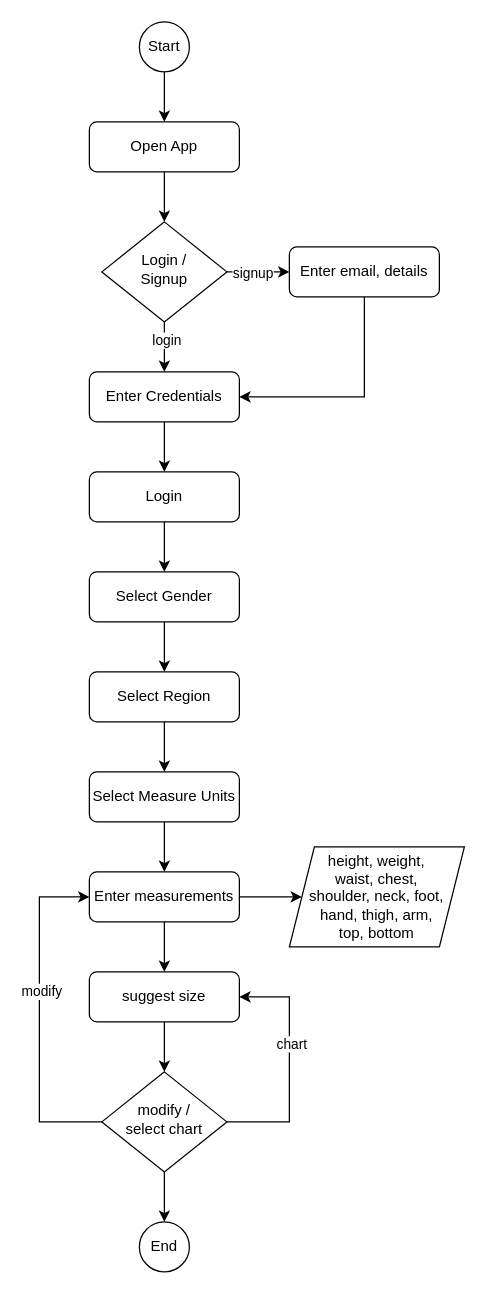
Above: design/flow1.drawio in kshitij-halankar/SizeMe (draw.io), before the change. Source tidied: cells renumbered, new cells numbered last; positions are measured from the earlier drawing's top-left corner, leaving out a move shared by most shapes. Both pictures are drawn from the tidied source at 125%, with x=0, y=0 at pixel (39, 21).
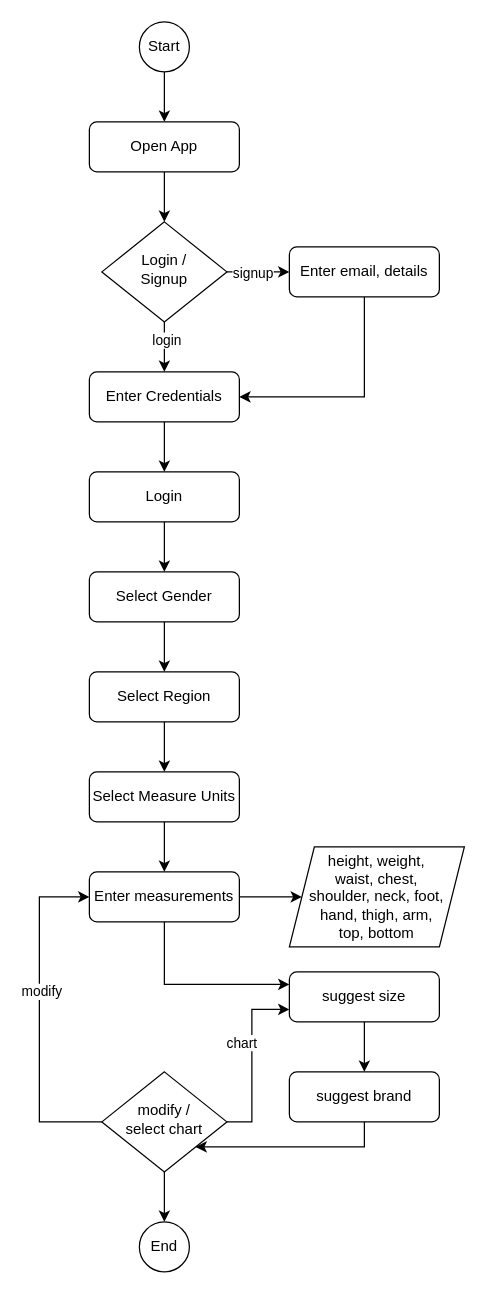
After the change.

Unchanged cells that the change refers to:
```xml
<mxCell id="25" value="Enter measurements" style="rounded=1;whiteSpace=wrap;html=1;fontSize=12;glass=0;strokeWidth=1;shadow=0;" parent="1" vertex="1">
  <mxGeometry x="40" y="680" width="120" height="40" as="geometry" />
</mxCell>
<mxCell id="34" value="modify /&lt;br&gt;select chart" style="rhombus;whiteSpace=wrap;html=1;shadow=0;fontFamily=Helvetica;fontSize=12;align=center;strokeWidth=1;spacing=6;spacingTop=-4;" parent="1" vertex="1">
  <mxGeometry x="50" y="840" width="100" height="80" as="geometry" />
</mxCell>
```

Diff of the diagram source:
```diff
@@
-    <mxCell id="24" style="edgeStyle=orthogonalEdgeStyle;rounded=0;jettySize=auto;html=1;exitX=0.5;exitY=1;exitDx=0;exitDy=0;entryX=0.5;entryY=0;entryDx=0;entryDy=0;" parent="1" edge="1" source="25" target="28">
-      <mxGeometry relative="1" as="geometry" />
+    <mxCell id="24" style="edgeStyle=orthogonalEdgeStyle;rounded=0;jettySize=auto;html=1;exitX=0.5;exitY=1;exitDx=0;exitDy=0;entryX=0;entryY=0.25;entryDx=0;entryDy=0;" parent="1" edge="1" source="25" target="28">
+      <mxGeometry relative="1" as="geometry">
+        <Array as="points">
+          <mxPoint x="100" y="770" />
+        </Array>
+      </mxGeometry>
     </mxCell>
@@
-    <mxCell id="27" style="edgeStyle=orthogonalEdgeStyle;rounded=0;jettySize=auto;html=1;exitX=0.5;exitY=1;exitDx=0;exitDy=0;entryX=0.5;entryY=0;entryDx=0;entryDy=0;" parent="1" edge="1" source="28" target="34">
-      <mxGeometry relative="1" as="geometry" />
+    <mxCell id="27" style="edgeStyle=orthogonalEdgeStyle;rounded=0;jettySize=auto;html=1;exitX=0.5;exitY=1;exitDx=0;exitDy=0;entryX=0.5;entryY=0;entryDx=0;entryDy=0;" parent="1" edge="1" source="28" target="37">
+      <mxGeometry relative="1" as="geometry">
+        <Array as="points">
+          <mxPoint x="260" y="840" />
+        </Array>
+      </mxGeometry>
     </mxCell>
     <mxCell id="28" value="suggest size" style="rounded=1;whiteSpace=wrap;html=1;fontSize=12;glass=0;strokeWidth=1;shadow=0;" parent="1" vertex="1">
-      <mxGeometry x="40" y="760" width="120" height="40" as="geometry" />
+      <mxGeometry x="200" y="760" width="120" height="40" as="geometry" />
     </mxCell>
@@
-    <mxCell id="31" style="edgeStyle=orthogonalEdgeStyle;rounded=0;jettySize=auto;html=1;exitX=1;exitY=0.5;exitDx=0;exitDy=0;entryX=1;entryY=0.5;entryDx=0;entryDy=0;" parent="1" edge="1" source="34" target="28">
+    <mxCell id="31" style="edgeStyle=orthogonalEdgeStyle;rounded=0;jettySize=auto;html=1;entryX=0;entryY=0.75;entryDx=0;entryDy=0;" parent="1" edge="1" target="28">
       <mxGeometry relative="1" as="geometry">
+        <mxPoint x="150" y="880" as="sourcePoint" />
         <Array as="points">
-          <mxPoint x="200" y="880" />
-          <mxPoint x="200" y="780" />
+          <mxPoint x="170" y="880" />
+          <mxPoint x="170" y="790" />
         </Array>
       </mxGeometry>
     </mxCell>
     <mxCell id="32" value="chart" style="edgeLabel;html=1;align=center;verticalAlign=middle;" parent="31" vertex="1">
-      <mxGeometry x="0.19" y="-1" relative="1" as="geometry" />
+      <mxGeometry x="0.19" y="-1" relative="1" as="geometry">
+        <mxPoint x="-10" y="-1" as="offset" />
+      </mxGeometry>
     </mxCell>
@@
+    <mxCell id="36" style="edgeStyle=orthogonalEdgeStyle;rounded=0;jettySize=auto;html=1;exitX=0.5;exitY=1;exitDx=0;exitDy=0;entryX=1;entryY=1;entryDx=0;entryDy=0;" parent="1" edge="1" source="37" target="34">
+      <mxGeometry relative="1" as="geometry" />
+    </mxCell>
+    <mxCell id="37" value="suggest brand" style="rounded=1;whiteSpace=wrap;html=1;fontSize=12;glass=0;strokeWidth=1;shadow=0;" parent="1" vertex="1">
+      <mxGeometry x="200" y="840" width="120" height="40" as="geometry" />
+    </mxCell>
```
